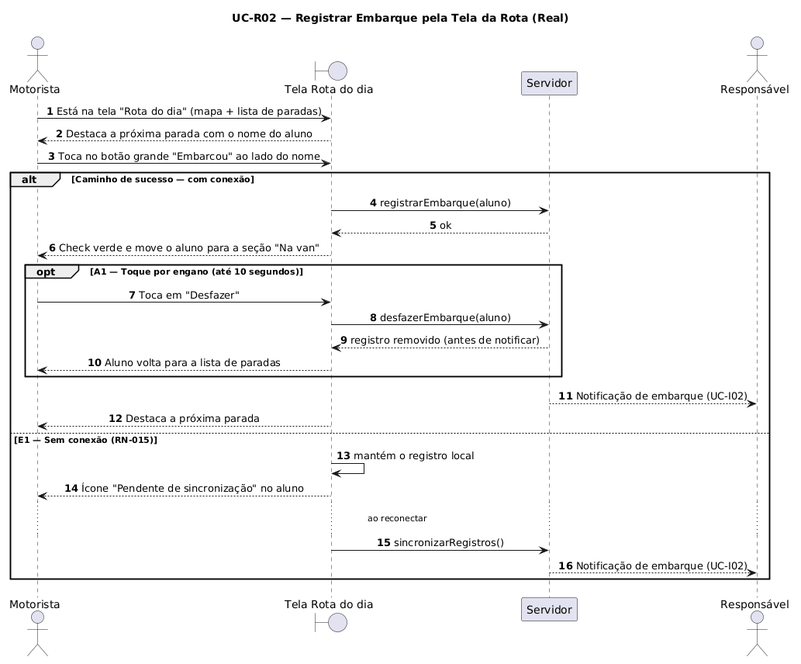
The PlantUML diagram documentos/atividade-04/imagens/UC-R02.png in luisgustavoribeirodefreitas/VanTrack, before a commit.
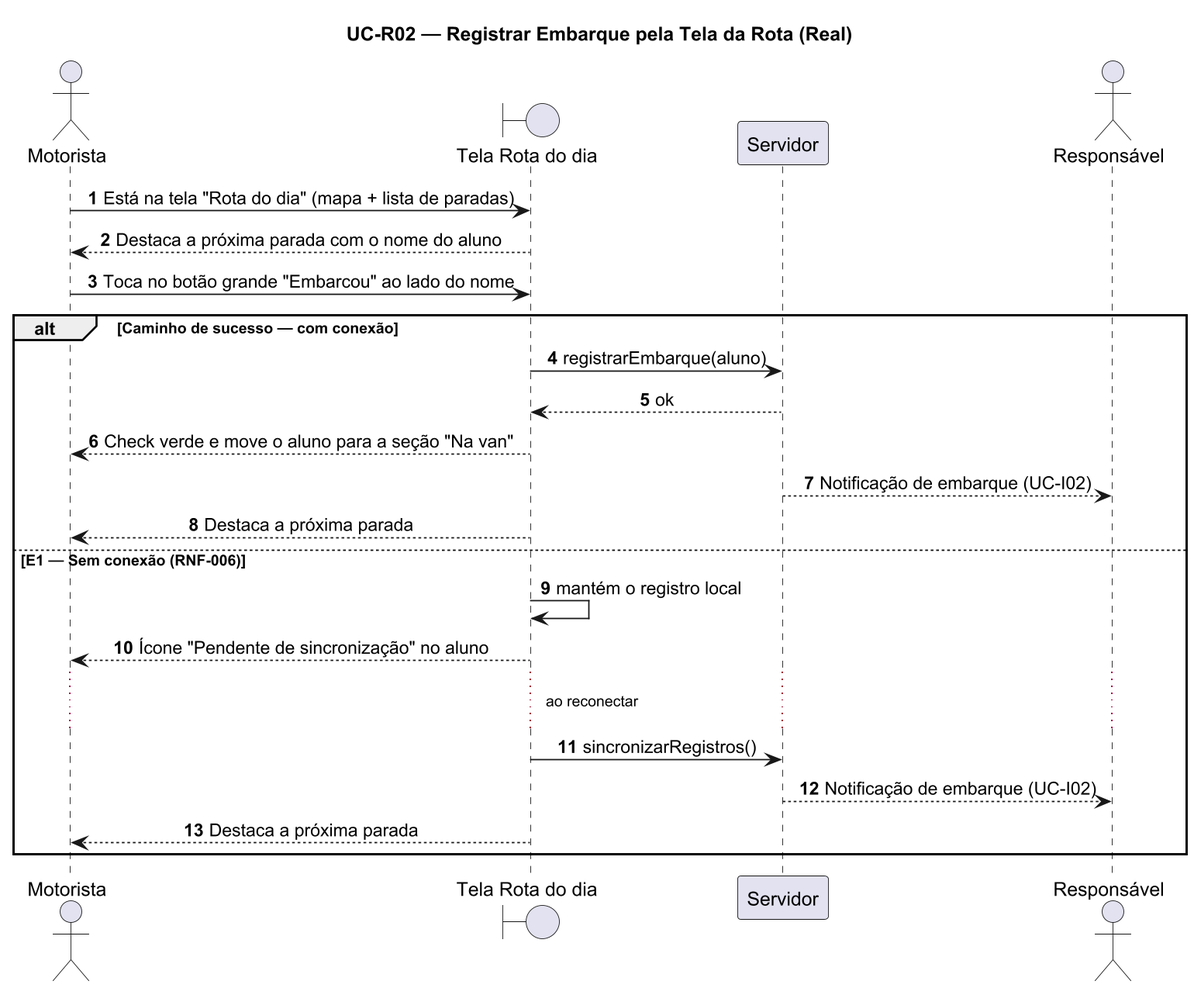
After the commit.

What changed in the source:
```diff
@@ -1,4 +1,5 @@
 @startuml UC-R02
+skinparamlocked dpi 170
 title UC-R02 — Registrar Embarque pela Tela da Rota (Real)
 skinparam sequenceMessageAlign center
 autonumber
@@ -16,21 +17,14 @@
     T -> API : registrarEmbarque(aluno)
     API --> T : ok
     T --> M : Check verde e move o aluno para a seção "Na van"
-
-    opt A1 — Toque por engano (até 10 segundos)
-        M -> T : Toca em "Desfazer"
-        T -> API : desfazerEmbarque(aluno)
-        API --> T : registro removido (antes de notificar)
-        T --> M : Aluno volta para a lista de paradas
-    end
-
     API --> R : Notificação de embarque (UC-I02)
     T --> M : Destaca a próxima parada
-else E1 — Sem conexão (RN-015)
+else E1 — Sem conexão (RNF-006)
     T -> T : mantém o registro local
     T --> M : Ícone "Pendente de sincronização" no aluno
     ... ao reconectar ...
     T -> API : sincronizarRegistros()
     API --> R : Notificação de embarque (UC-I02)
+    T --> M : Destaca a próxima parada
 end
 @enduml
```
